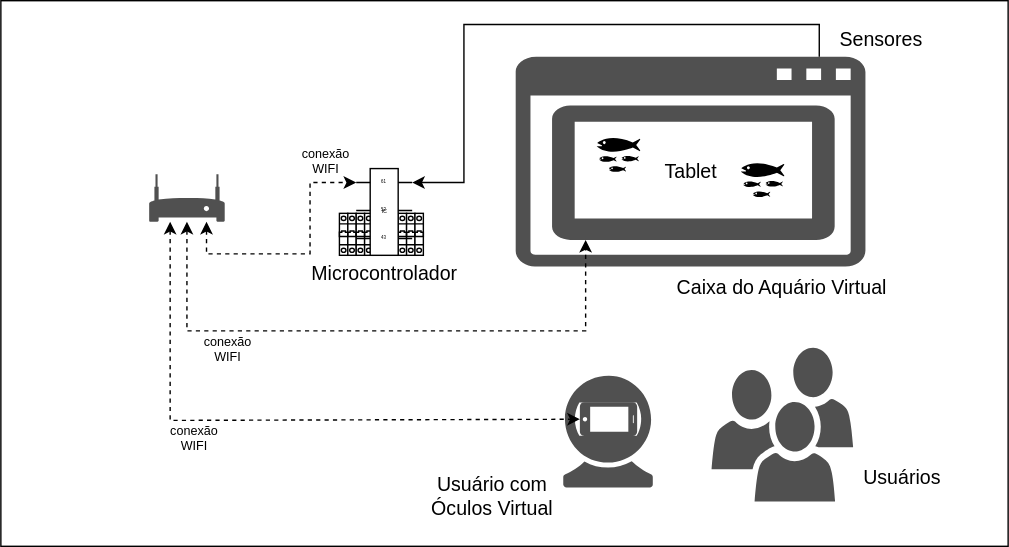
Before: _Bolsista/arquiteturaIUT_Tablet.drawio.svg, a diagram exported from draw.io (dalton-reis/projeto_Habitat_2020_388). Source tidied: cells renumbered, new cells last; positions are measured from the earlier drawing's top-left corner, leaving out a move shared by most shapes. Source of this version:
```xml
<mxGraphModel background="#ffffff">
  <root>
    <mxCell id="0" />
    <mxCell id="1" parent="0" />
    <mxCell id="2" style="shadow=0;dashed=0;html=1;strokeColor=none;fillColor=#505050;labelPosition=center;verticalLabelPosition=bottom;verticalAlign=top;outlineConnect=0;align=center;shape=mxgraph.office.devices.tablet_android;" parent="1" vertex="1">
      <mxGeometry x="394" y="75" width="202" height="96" as="geometry" />
    </mxCell>
    <mxCell id="3" style="whiteSpace=wrap;html=1;fillColor=none;" parent="1" vertex="1">
      <mxGeometry width="720" height="390" as="geometry" />
    </mxCell>
    <mxCell id="4" style="shadow=0;dashed=0;html=1;strokeColor=none;fillColor=#505050;labelPosition=center;verticalLabelPosition=bottom;verticalAlign=top;outlineConnect=0;align=center;shape=mxgraph.office.concepts.application_generic;" parent="1" vertex="1">
      <mxGeometry x="368" y="40" width="250" height="150" as="geometry" />
    </mxCell>
    <mxCell id="5" style="shadow=0;dashed=0;html=1;strokeColor=none;fillColor=#505050;labelPosition=center;verticalLabelPosition=bottom;verticalAlign=top;align=center;shape=mxgraph.office.users.users;" parent="1" vertex="1">
      <mxGeometry x="508" y="248" width="101.2" height="110" as="geometry" />
    </mxCell>
    <mxCell id="6" style="group;" parent="1" vertex="1">
      <mxGeometry x="402" y="268" width="64" height="80" as="geometry" />
    </mxCell>
    <mxCell id="7" style="shadow=0;dashed=0;html=1;strokeColor=none;fillColor=#505050;labelPosition=center;verticalLabelPosition=bottom;verticalAlign=top;align=center;shape=mxgraph.office.devices.webcam;" parent="6" vertex="1">
      <mxGeometry width="64" height="80" as="geometry" />
    </mxCell>
    <mxCell id="8" style="whiteSpace=wrap;html=1;strokeColor=none;fillColor=#FFFFFF;" parent="6" vertex="1">
      <mxGeometry x="16" y="23" width="30" height="15" as="geometry" />
    </mxCell>
    <mxCell id="9" style="shadow=0;dashed=0;html=1;strokeColor=none;fillColor=#505050;labelPosition=center;verticalLabelPosition=bottom;verticalAlign=top;outlineConnect=0;align=center;shape=mxgraph.office.devices.cell_phone_iphone_proportional;rotation=90;" parent="6" vertex="1">
      <mxGeometry x="20.4" y="10.7" width="24" height="40.9" as="geometry" />
    </mxCell>
    <mxCell id="10" style="group;" parent="1" vertex="1">
      <mxGeometry x="242" y="152" width="60" height="30" as="geometry" />
    </mxCell>
    <mxCell id="11" style="verticalLabelPosition=bottom;dashed=0;shadow=0;html=1;align=center;verticalAlign=top;shape=mxgraph.cabinets.cb_1p;fontSize=6;fillColor=#FFFFFF;" parent="10" vertex="1">
      <mxGeometry width="6" height="30" as="geometry" />
    </mxCell>
    <mxCell id="12" style="verticalLabelPosition=bottom;dashed=0;shadow=0;html=1;align=center;verticalAlign=top;shape=mxgraph.cabinets.cb_1p;fontSize=6;fillColor=#FFFFFF;" parent="10" vertex="1">
      <mxGeometry x="6" width="6" height="30" as="geometry" />
    </mxCell>
    <mxCell id="13" style="verticalLabelPosition=bottom;dashed=0;shadow=0;html=1;align=center;verticalAlign=top;shape=mxgraph.cabinets.cb_1p;fontSize=6;fillColor=#FFFFFF;" parent="10" vertex="1">
      <mxGeometry x="12" width="6" height="30" as="geometry" />
    </mxCell>
    <mxCell id="14" style="verticalLabelPosition=bottom;dashed=0;shadow=0;html=1;align=center;verticalAlign=top;shape=mxgraph.cabinets.cb_1p;fontSize=6;fillColor=#FFFFFF;" parent="10" vertex="1">
      <mxGeometry x="18" width="6" height="30" as="geometry" />
    </mxCell>
    <mxCell id="15" style="verticalLabelPosition=bottom;dashed=0;shadow=0;html=1;align=center;verticalAlign=top;shape=mxgraph.cabinets.cb_1p;fontSize=6;fillColor=#FFFFFF;" parent="10" vertex="1">
      <mxGeometry x="24" width="6" height="30" as="geometry" />
    </mxCell>
    <mxCell id="16" style="verticalLabelPosition=bottom;dashed=0;shadow=0;html=1;align=center;verticalAlign=top;shape=mxgraph.cabinets.cb_1p;fontSize=6;fillColor=#FFFFFF;" parent="10" vertex="1">
      <mxGeometry x="30" width="6" height="30" as="geometry" />
    </mxCell>
    <mxCell id="17" style="verticalLabelPosition=bottom;dashed=0;shadow=0;html=1;align=center;verticalAlign=top;shape=mxgraph.cabinets.cb_1p;fontSize=6;fillColor=#FFFFFF;" parent="10" vertex="1">
      <mxGeometry x="36" width="6" height="30" as="geometry" />
    </mxCell>
    <mxCell id="18" style="verticalLabelPosition=bottom;dashed=0;shadow=0;html=1;align=center;verticalAlign=top;shape=mxgraph.cabinets.cb_1p;fontSize=6;fillColor=#FFFFFF;" parent="10" vertex="1">
      <mxGeometry x="42" width="6" height="30" as="geometry" />
    </mxCell>
    <mxCell id="19" style="verticalLabelPosition=bottom;dashed=0;shadow=0;html=1;align=center;verticalAlign=top;shape=mxgraph.cabinets.cb_1p;fontSize=6;fillColor=#FFFFFF;" parent="10" vertex="1">
      <mxGeometry x="48" width="6" height="30" as="geometry" />
    </mxCell>
    <mxCell id="20" style="verticalLabelPosition=bottom;dashed=0;shadow=0;html=1;align=center;verticalAlign=top;shape=mxgraph.cabinets.cb_1p;fontSize=6;fillColor=#FFFFFF;" parent="10" vertex="1">
      <mxGeometry x="54" width="6" height="30" as="geometry" />
    </mxCell>
    <mxCell id="21" style="edgeStyle=orthogonalEdgeStyle;rounded=0;jettySize=auto;html=1;exitX=1;exitY=0;exitDx=0;exitDy=10;exitPerimeter=0;fontSize=4;startArrow=classic;startFill=1;endArrow=none;endFill=0;" parent="1" edge="1" source="25" target="4">
      <mxGeometry relative="1" as="geometry">
        <Array as="points">
          <mxPoint x="331" y="130" />
          <mxPoint x="331" y="17" />
          <mxPoint x="585" y="17" />
        </Array>
      </mxGeometry>
    </mxCell>
    <mxCell id="22" style="edgeStyle=orthogonalEdgeStyle;rounded=0;jettySize=auto;html=1;fontSize=4;startArrow=classic;startFill=1;endArrow=classic;endFill=1;dashed=1;" parent="1" edge="1" source="33" target="9">
      <mxGeometry relative="1" as="geometry">
        <Array as="points">
          <mxPoint x="121" y="300" />
        </Array>
      </mxGeometry>
    </mxCell>
    <mxCell id="23" style="edgeStyle=orthogonalEdgeStyle;rounded=0;jettySize=auto;html=1;dashed=1;fontSize=9;startArrow=classic;startFill=1;endArrow=classic;endFill=1;entryX=0;entryY=0;entryDx=0;entryDy=10;entryPerimeter=0;" parent="1" edge="1" source="33" target="25">
      <mxGeometry relative="1" as="geometry">
        <Array as="points">
          <mxPoint x="147" y="181" />
          <mxPoint x="221" y="181" />
          <mxPoint x="221" y="130" />
        </Array>
      </mxGeometry>
    </mxCell>
    <mxCell id="24" style="edgeStyle=orthogonalEdgeStyle;rounded=0;jettySize=auto;html=1;dashed=1;startArrow=classic;startFill=1;" parent="1" edge="1" source="33" target="2">
      <mxGeometry relative="1" as="geometry">
        <Array as="points">
          <mxPoint x="133" y="236" />
          <mxPoint x="418" y="236" />
        </Array>
      </mxGeometry>
    </mxCell>
    <mxCell id="25" value="IC" style="shadow=0;dashed=0;align=center;html=1;strokeWidth=1;shape=mxgraph.electrical.logic_gates.dual_inline_ic;labelNames=a,b,c,d,e,f,g,h,i,j,k,l,m,n,o,p,q,r,s,t;fillColor=#FFFFFF;fontSize=4;" parent="1" vertex="1">
      <mxGeometry x="254" y="120" width="40" height="62" as="geometry" />
    </mxCell>
    <mxCell id="26" value="&lt;font style=&quot;font-size: 14px&quot;&gt;Microcontrolador&lt;/font&gt;" style="text;html=1;align=center;verticalAlign=middle;fillColor=none;strokeColor=none;rounded=0;fontSize=4;" parent="1" vertex="1">
      <mxGeometry x="214" y="190" width="120" height="10" as="geometry" />
    </mxCell>
    <mxCell id="27" value="&lt;span style=&quot;font-size: 14px&quot;&gt;Sensores&lt;/span&gt;" style="text;html=1;align=center;verticalAlign=middle;fillColor=none;strokeColor=none;rounded=0;fontSize=4;" parent="1" vertex="1">
      <mxGeometry x="594" y="23" width="70" height="10" as="geometry" />
    </mxCell>
    <mxCell id="28" value="&lt;font style=&quot;font-size: 14px&quot;&gt;Tablet&lt;/font&gt;" style="text;html=1;align=center;verticalAlign=middle;fillColor=none;strokeColor=none;rounded=0;fontSize=4;" parent="1" vertex="1">
      <mxGeometry x="469" y="116" width="48" height="12" as="geometry" />
    </mxCell>
    <mxCell id="29" value="&lt;font style=&quot;font-size: 14px&quot;&gt;Caixa do Aquário Virtual&lt;/font&gt;" style="text;html=1;align=center;verticalAlign=middle;fillColor=none;strokeColor=none;rounded=0;fontSize=4;" parent="1" vertex="1">
      <mxGeometry x="473" y="200" width="170" height="10" as="geometry" />
    </mxCell>
    <mxCell id="30" value="&lt;font style=&quot;font-size: 14px&quot;&gt;Usuário com &lt;br&gt;Óculos Virtual&lt;/font&gt;" style="text;html=1;align=center;verticalAlign=middle;fillColor=none;strokeColor=none;rounded=0;fontSize=4;" parent="1" vertex="1">
      <mxGeometry x="301" y="344" width="100" height="20" as="geometry" />
    </mxCell>
    <mxCell id="31" value="&lt;font style=&quot;font-size: 14px&quot;&gt;Usuários&lt;/font&gt;" style="text;html=1;align=center;verticalAlign=middle;fillColor=none;strokeColor=none;rounded=0;fontSize=4;" parent="1" vertex="1">
      <mxGeometry x="609.2" y="336" width="70" height="10" as="geometry" />
    </mxCell>
    <mxCell id="32" value="&lt;font style=&quot;font-size: 9px&quot;&gt;conexão&lt;br&gt;WIFI&lt;br style=&quot;font-size: 9px&quot;&gt;&lt;/font&gt;" style="text;html=1;align=center;verticalAlign=middle;fillColor=none;strokeColor=none;rounded=0;fontSize=9;" parent="1" vertex="1">
      <mxGeometry x="116" y="300" width="44" height="26" as="geometry" />
    </mxCell>
    <mxCell id="33" style="shadow=0;dashed=0;html=1;strokeColor=none;fillColor=#505050;labelPosition=center;verticalLabelPosition=bottom;verticalAlign=top;outlineConnect=0;align=center;shape=mxgraph.office.devices.modem;fontSize=9;" parent="1" vertex="1">
      <mxGeometry x="106" y="124" width="54" height="34" as="geometry" />
    </mxCell>
    <mxCell id="34" value="&lt;font style=&quot;font-size: 9px&quot;&gt;conexão&lt;br&gt;WIFI&lt;br style=&quot;font-size: 9px&quot;&gt;&lt;/font&gt;" style="text;html=1;align=center;verticalAlign=middle;fillColor=none;strokeColor=none;rounded=0;fontSize=9;" parent="1" vertex="1">
      <mxGeometry x="210" y="102" width="44" height="26" as="geometry" />
    </mxCell>
    <mxCell id="35" style="shape=mxgraph.signs.animals.fish_hatchery;html=1;fillColor=#000000;strokeColor=none;verticalLabelPosition=bottom;verticalAlign=top;align=center;dashed=1;fontSize=9;" parent="1" vertex="1">
      <mxGeometry x="426" y="94" width="31" height="30" as="geometry" />
    </mxCell>
    <mxCell id="36" style="shape=mxgraph.signs.animals.fish_hatchery;html=1;fillColor=#000000;strokeColor=none;verticalLabelPosition=bottom;verticalAlign=top;align=center;dashed=1;fontSize=9;" parent="1" vertex="1">
      <mxGeometry x="529" y="112" width="31" height="30" as="geometry" />
    </mxCell>
    <mxCell id="37" value="&lt;font style=&quot;font-size: 9px&quot;&gt;conexão&lt;br&gt;WIFI&lt;br style=&quot;font-size: 9px&quot;&gt;&lt;/font&gt;" style="text;html=1;align=center;verticalAlign=middle;fillColor=none;strokeColor=none;rounded=0;fontSize=9;" parent="1" vertex="1">
      <mxGeometry x="140" y="236" width="44" height="26" as="geometry" />
    </mxCell>
  </root>
</mxGraphModel>
```
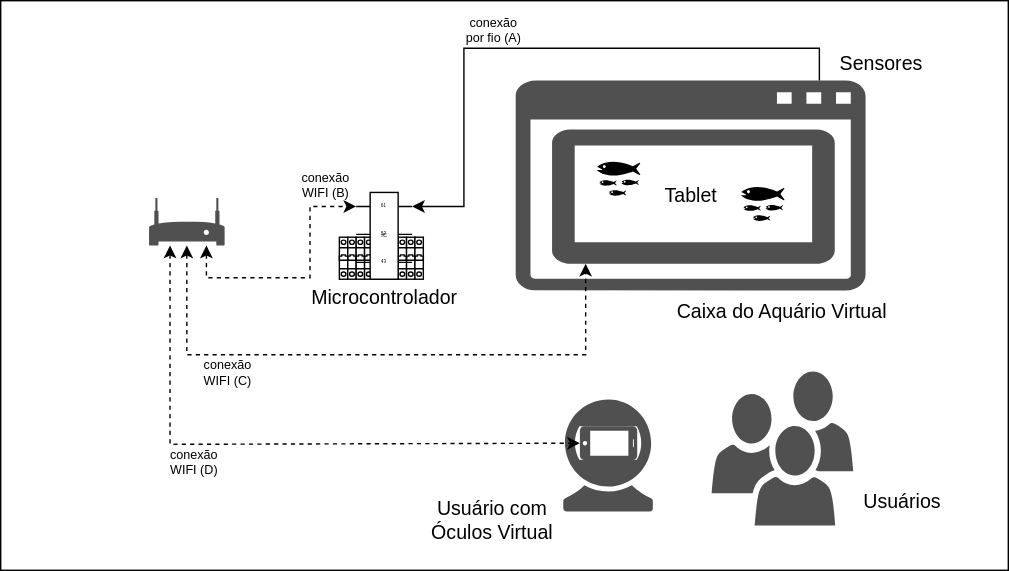
The same file after the commit.

Change to the diagram source:
```diff
@@ -6,7 +6,7 @@
       <mxGeometry x="394" y="75" width="202" height="96" as="geometry" />
     </mxCell>
     <mxCell id="3" style="whiteSpace=wrap;html=1;fillColor=none;" parent="1" vertex="1">
-      <mxGeometry width="720" height="390" as="geometry" />
+      <mxGeometry y="-17" width="720" height="407" as="geometry" />
     </mxCell>
     <mxCell id="4" style="shadow=0;dashed=0;html=1;strokeColor=none;fillColor=#505050;labelPosition=center;verticalLabelPosition=bottom;verticalAlign=top;outlineConnect=0;align=center;shape=mxgraph.office.concepts.application_generic;" parent="1" vertex="1">
       <mxGeometry x="368" y="40" width="250" height="150" as="geometry" />
@@ -113,23 +113,26 @@
     <mxCell id="31" value="&lt;font style=&quot;font-size: 14px&quot;&gt;Usuários&lt;/font&gt;" style="text;html=1;align=center;verticalAlign=middle;fillColor=none;strokeColor=none;rounded=0;fontSize=4;" parent="1" vertex="1">
       <mxGeometry x="609.2" y="336" width="70" height="10" as="geometry" />
     </mxCell>
-    <mxCell id="32" value="&lt;font style=&quot;font-size: 9px&quot;&gt;conexão&lt;br&gt;WIFI&lt;br style=&quot;font-size: 9px&quot;&gt;&lt;/font&gt;" style="text;html=1;align=center;verticalAlign=middle;fillColor=none;strokeColor=none;rounded=0;fontSize=9;" parent="1" vertex="1">
+    <mxCell id="32" value="&lt;font style=&quot;font-size: 9px&quot;&gt;conexão&lt;br&gt;WIFI (D)&lt;br style=&quot;font-size: 9px&quot;&gt;&lt;/font&gt;" style="text;html=1;align=center;verticalAlign=middle;fillColor=none;strokeColor=none;rounded=0;fontSize=9;" parent="1" vertex="1">
       <mxGeometry x="116" y="300" width="44" height="26" as="geometry" />
     </mxCell>
     <mxCell id="33" style="shadow=0;dashed=0;html=1;strokeColor=none;fillColor=#505050;labelPosition=center;verticalLabelPosition=bottom;verticalAlign=top;outlineConnect=0;align=center;shape=mxgraph.office.devices.modem;fontSize=9;" parent="1" vertex="1">
       <mxGeometry x="106" y="124" width="54" height="34" as="geometry" />
     </mxCell>
-    <mxCell id="34" value="&lt;font style=&quot;font-size: 9px&quot;&gt;conexão&lt;br&gt;WIFI&lt;br style=&quot;font-size: 9px&quot;&gt;&lt;/font&gt;" style="text;html=1;align=center;verticalAlign=middle;fillColor=none;strokeColor=none;rounded=0;fontSize=9;" parent="1" vertex="1">
-      <mxGeometry x="210" y="102" width="44" height="26" as="geometry" />
-    </mxCell>
     <mxCell id="35" style="shape=mxgraph.signs.animals.fish_hatchery;html=1;fillColor=#000000;strokeColor=none;verticalLabelPosition=bottom;verticalAlign=top;align=center;dashed=1;fontSize=9;" parent="1" vertex="1">
       <mxGeometry x="426" y="94" width="31" height="30" as="geometry" />
     </mxCell>
     <mxCell id="36" style="shape=mxgraph.signs.animals.fish_hatchery;html=1;fillColor=#000000;strokeColor=none;verticalLabelPosition=bottom;verticalAlign=top;align=center;dashed=1;fontSize=9;" parent="1" vertex="1">
       <mxGeometry x="529" y="112" width="31" height="30" as="geometry" />
     </mxCell>
-    <mxCell id="37" value="&lt;font style=&quot;font-size: 9px&quot;&gt;conexão&lt;br&gt;WIFI&lt;br style=&quot;font-size: 9px&quot;&gt;&lt;/font&gt;" style="text;html=1;align=center;verticalAlign=middle;fillColor=none;strokeColor=none;rounded=0;fontSize=9;" parent="1" vertex="1">
+    <mxCell id="37" value="&lt;font style=&quot;font-size: 9px&quot;&gt;conexão&lt;br&gt;WIFI (C)&lt;br style=&quot;font-size: 9px&quot;&gt;&lt;/font&gt;" style="text;html=1;align=center;verticalAlign=middle;fillColor=none;strokeColor=none;rounded=0;fontSize=9;" parent="1" vertex="1">
       <mxGeometry x="140" y="236" width="44" height="26" as="geometry" />
     </mxCell>
+    <mxCell id="34" value="&lt;font style=&quot;font-size: 9px&quot;&gt;conexão&lt;br&gt;WIFI (B)&lt;br style=&quot;font-size: 9px&quot;&gt;&lt;/font&gt;" style="text;html=1;align=center;verticalAlign=middle;fillColor=none;strokeColor=none;rounded=0;fontSize=9;" parent="1" vertex="1">
+      <mxGeometry x="210" y="102" width="44" height="26" as="geometry" />
+    </mxCell>
+    <mxCell id="38" value="&lt;font style=&quot;font-size: 9px&quot;&gt;conexão&lt;br&gt;por fio (A)&lt;br style=&quot;font-size: 9px&quot;&gt;&lt;/font&gt;" style="text;html=1;align=center;verticalAlign=middle;fillColor=none;strokeColor=none;rounded=0;fontSize=9;" parent="1" vertex="1">
+      <mxGeometry x="327" y="-9" width="49" height="26" as="geometry" />
+    </mxCell>
   </root>
 </mxGraphModel>
```
